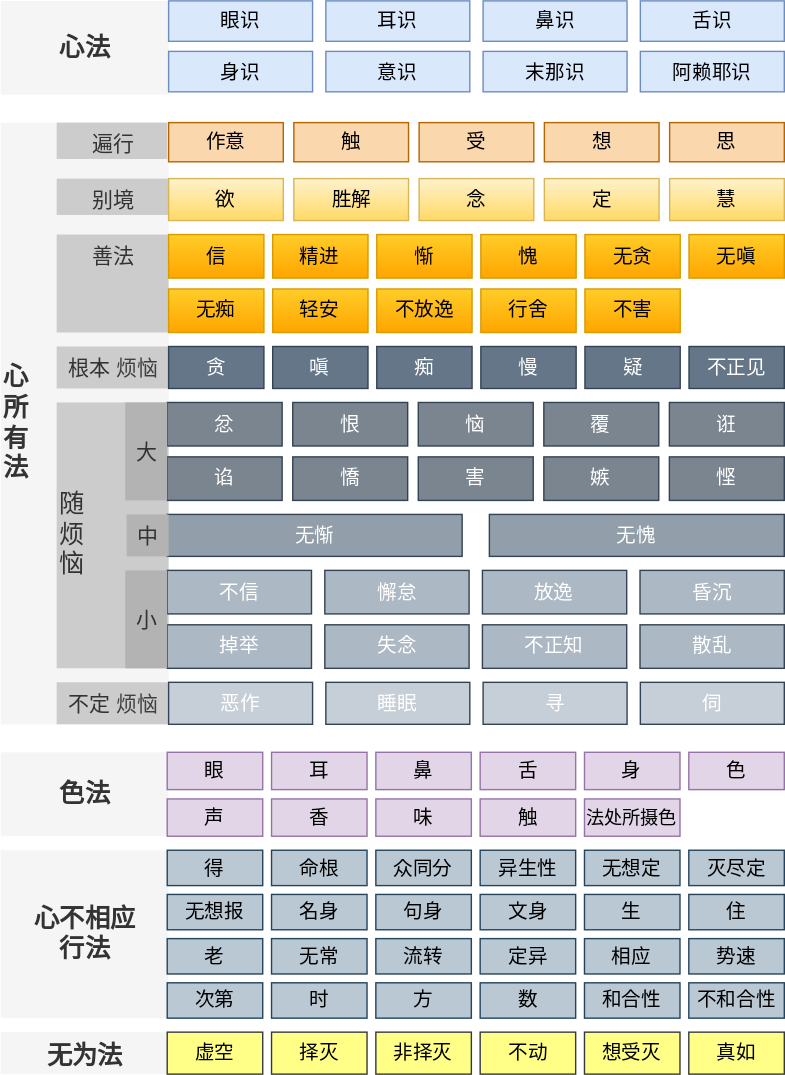
The draw.io diagram baifa.drawio.svg in yuqianyi1001/yuqianyi1001.github.io, before a commit. Source tidied: cells renumbered, new cells last; positions are measured from the earlier drawing's top-left corner, leaving out a move shared by most shapes.
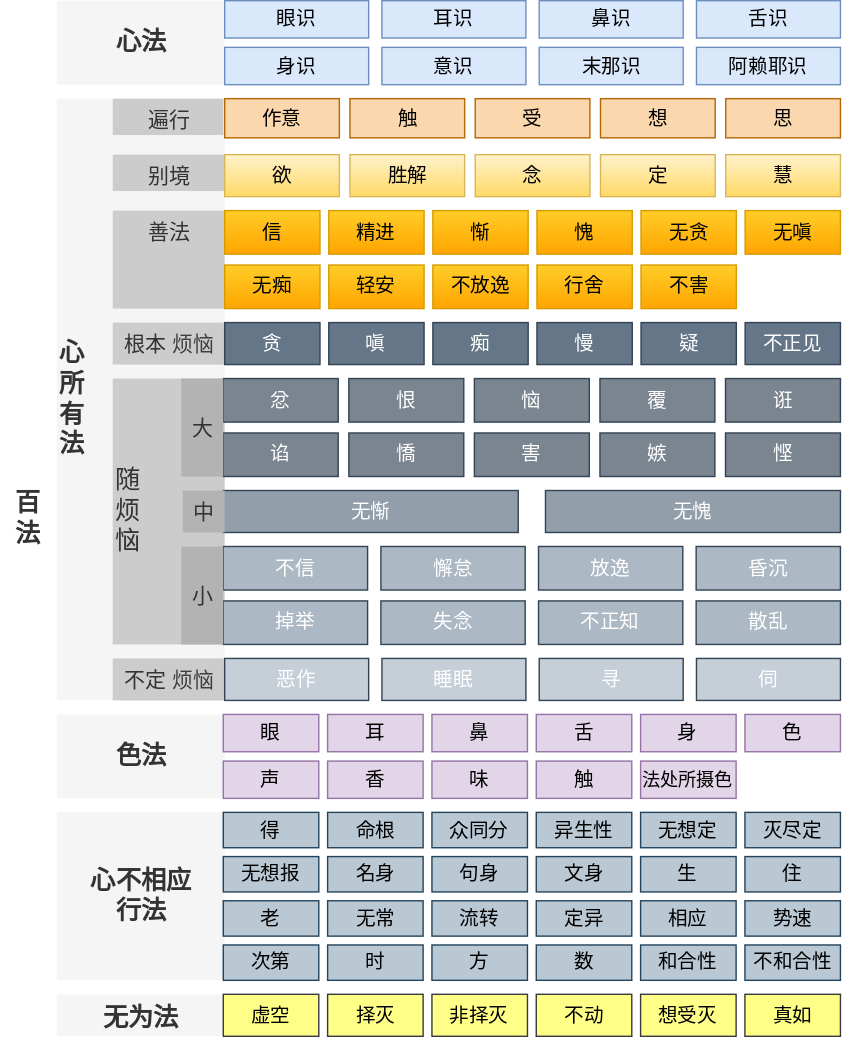
Above is the later version.

Commit message:
Refactor code structure for improved readability and maintainability

Diff of the diagram source:
```diff
@@ -3,7 +3,7 @@
     <mxCell id="0" />
     <mxCell id="1" parent="0" />
     <mxCell id="2" value="心法" style="text;html=1;strokeColor=none;fillColor=#f5f5f5;fontSize=18;fontStyle=1;fontColor=#333333;align=center;verticalAlign=middle;" parent="1" vertex="1">
-      <mxGeometry width="120" height="67" as="geometry" />
+      <mxGeometry y="17" width="120" height="60" as="geometry" />
     </mxCell>
     <mxCell id="3" value="心&lt;div&gt;所&lt;/div&gt;&lt;div&gt;有&lt;/div&gt;&lt;div&gt;法&lt;/div&gt;" style="text;html=1;strokeColor=none;fillColor=#f5f5f5;fontSize=18;fontStyle=1;whiteSpace=wrap;fontColor=#333333;verticalAlign=middle;align=left;" parent="1" vertex="1">
       <mxGeometry y="87" width="120" height="430" as="geometry" />
@@ -27,40 +27,40 @@
       <mxGeometry x="40" y="487" width="80" height="30" as="geometry" />
     </mxCell>
     <mxCell id="10" value="色法" style="text;html=1;strokeColor=none;fillColor=#f5f5f5;fontSize=18;fontStyle=1;fontColor=#333333;align=center;verticalAlign=middle;" parent="1" vertex="1">
-      <mxGeometry y="537" width="120" height="60" as="geometry" />
+      <mxGeometry y="527" width="120" height="60" as="geometry" />
     </mxCell>
     <mxCell id="11" value="心不相应&lt;div&gt;行法&lt;/div&gt;" style="text;html=1;strokeColor=none;fillColor=#f5f5f5;fontSize=18;fontStyle=1;fontColor=#333333;align=center;horizontal=1;verticalAlign=middle;" parent="1" vertex="1">
-      <mxGeometry y="607" width="120" height="120" as="geometry" />
+      <mxGeometry y="597" width="120" height="120" as="geometry" />
     </mxCell>
     <mxCell id="12" value="无为法" style="text;html=1;strokeColor=none;fillColor=#f5f5f5;fontSize=18;fontStyle=1;fontColor=#333333;align=center;" parent="1" vertex="1">
-      <mxGeometry y="737" width="120" height="30" as="geometry" />
+      <mxGeometry y="727" width="120" height="30" as="geometry" />
     </mxCell>
     <mxCell id="13" style="group;" parent="1" vertex="1">
-      <mxGeometry x="120" width="440" height="65" as="geometry" />
+      <mxGeometry x="120" y="17" width="440" height="60" as="geometry" />
     </mxCell>
     <mxCell id="14" value="眼识" style="rounded=0;whiteSpace=wrap;html=1;fontSize=14;strokeColor=#6c8ebf;fillColor=#dae8fc;" parent="13" vertex="1">
-      <mxGeometry width="102.9" height="28.9" as="geometry" />
+      <mxGeometry width="102.9" height="26.7" as="geometry" />
     </mxCell>
     <mxCell id="15" value="耳识" style="rounded=0;whiteSpace=wrap;html=1;fontSize=14;strokeColor=#6c8ebf;fillColor=#dae8fc;" parent="13" vertex="1">
-      <mxGeometry x="112.4" width="102.9" height="28.9" as="geometry" />
+      <mxGeometry x="112.4" width="102.9" height="26.7" as="geometry" />
     </mxCell>
     <mxCell id="16" value="鼻识" style="rounded=0;whiteSpace=wrap;html=1;fontSize=14;strokeColor=#6c8ebf;fillColor=#dae8fc;" parent="13" vertex="1">
-      <mxGeometry x="224.7" width="102.9" height="28.9" as="geometry" />
+      <mxGeometry x="224.7" width="102.9" height="26.7" as="geometry" />
     </mxCell>
     <mxCell id="17" value="舌识" style="rounded=0;whiteSpace=wrap;html=1;fontSize=14;strokeColor=#6c8ebf;fillColor=#dae8fc;" parent="13" vertex="1">
-      <mxGeometry x="337.1" width="102.9" height="28.9" as="geometry" />
+      <mxGeometry x="337.1" width="102.9" height="26.7" as="geometry" />
     </mxCell>
     <mxCell id="18" value="身识" style="rounded=0;whiteSpace=wrap;html=1;fontSize=14;strokeColor=#6c8ebf;fillColor=#dae8fc;" parent="13" vertex="1">
-      <mxGeometry y="36.1" width="102.9" height="28.9" as="geometry" />
+      <mxGeometry y="33.3" width="102.9" height="26.7" as="geometry" />
     </mxCell>
     <mxCell id="19" value="意识" style="rounded=0;whiteSpace=wrap;html=1;fontSize=14;strokeColor=#6c8ebf;fillColor=#dae8fc;" parent="13" vertex="1">
-      <mxGeometry x="112.4" y="36.1" width="102.9" height="28.9" as="geometry" />
+      <mxGeometry x="112.4" y="33.3" width="102.9" height="26.7" as="geometry" />
     </mxCell>
     <mxCell id="20" value="末那识" style="rounded=0;whiteSpace=wrap;html=1;fontSize=14;strokeColor=#6c8ebf;fillColor=#dae8fc;" parent="13" vertex="1">
-      <mxGeometry x="224.7" y="36.1" width="102.9" height="28.9" as="geometry" />
+      <mxGeometry x="224.7" y="33.3" width="102.9" height="26.7" as="geometry" />
     </mxCell>
     <mxCell id="21" value="阿赖耶识" style="rounded=0;whiteSpace=wrap;html=1;fontSize=14;strokeColor=#6c8ebf;fillColor=#dae8fc;" parent="13" vertex="1">
-      <mxGeometry x="337.1" y="36.1" width="102.9" height="28.9" as="geometry" />
+      <mxGeometry x="337.1" y="33.3" width="102.9" height="26.7" as="geometry" />
     </mxCell>
     <mxCell id="22" style="group;rounded=0;fillColor=none;strokeColor=none;" parent="1" vertex="1">
       <mxGeometry x="120" y="87" width="440" height="28" as="geometry" />
@@ -240,7 +240,7 @@
       <mxGeometry x="337.1" width="102.9" height="30" as="geometry" />
     </mxCell>
     <mxCell id="81" style="group;fillColor=none;strokeColor=none;" parent="1" vertex="1">
-      <mxGeometry x="119" y="537" width="441" height="60" as="geometry" />
+      <mxGeometry x="119" y="527" width="441" height="60" as="geometry" />
     </mxCell>
     <mxCell id="82" value="眼" style="rounded=0;whiteSpace=wrap;html=1;fontSize=14;strokeColor=#9673a6;fillColor=#e1d5e7;" parent="81" vertex="1">
       <mxGeometry width="68.2" height="26.7" as="geometry" />
@@ -276,7 +276,7 @@
       <mxGeometry x="298.2" y="33.3" width="68.2" height="26.7" as="geometry" />
     </mxCell>
     <mxCell id="93" style="group;fillColor=none;strokeColor=none;" parent="1" vertex="1">
-      <mxGeometry x="119" y="607" width="441" height="120" as="geometry" />
+      <mxGeometry x="119" y="597" width="459" height="121" as="geometry" />
     </mxCell>
     <mxCell id="94" value="得" style="rounded=0;whiteSpace=wrap;html=1;fontSize=14;strokeColor=#23445d;fillColor=#bac8d3;" parent="93" vertex="1">
       <mxGeometry width="68.2" height="25.3" as="geometry" />
@@ -351,7 +351,7 @@
       <mxGeometry x="372.8" y="94.7" width="68.2" height="25.3" as="geometry" />
     </mxCell>
     <mxCell id="118" style="group;fillColor=none;strokeColor=none;" parent="1" vertex="1">
-      <mxGeometry x="119" y="737" width="441" height="30" as="geometry" />
+      <mxGeometry x="119" y="727" width="441" height="30" as="geometry" />
     </mxCell>
     <mxCell id="119" value="虚空" style="rounded=0;whiteSpace=wrap;html=1;fontSize=14;strokeColor=#36393d;fillColor=#ffff88;" parent="118" vertex="1">
       <mxGeometry width="68.2" height="30" as="geometry" />
@@ -380,5 +380,8 @@
     <mxCell id="127" value="小" style="text;html=1;strokeColor=none;fillColor=#B3B3B3;fontSize=15;fontFamily=Helvetica;fontColor=#333333;fontStyle=0;align=center;verticalAlign=middle;" parent="1" vertex="1">
       <mxGeometry x="89" y="407" width="30" height="70" as="geometry" />
     </mxCell>
+    <mxCell id="128" value="百&lt;div&gt;法&lt;/div&gt;" style="text;html=1;strokeColor=none;fillColor=none;fontSize=18;fontStyle=1;whiteSpace=wrap;fontColor=#333333;verticalAlign=middle;align=center;" parent="1" vertex="1">
+      <mxGeometry x="-40" y="17" width="40" height="740" as="geometry" />
+    </mxCell>
   </root>
 </mxGraphModel>
```
